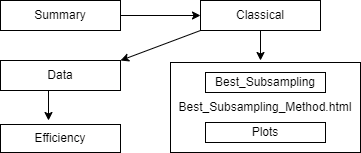
This is Images/Summary.png from Amalan-ConStat/RS_OS_MROS_LR_RWS_SkinData, a draw.io export, as it was before one commit. Source tidied: cells renumbered, new cells last; positions are measured from the earlier drawing's top-left corner, leaving out a move shared by most shapes. The source it was exported from:
```xml
<mxGraphModel>
  <root>
    <mxCell id="0" />
    <mxCell id="1" parent="0" />
    <mxCell id="2" value="Best_Subsampling_Method.html" style="rounded=0;whiteSpace=wrap;html=1;" parent="1" vertex="1">
      <mxGeometry x="170" y="62" width="190" height="90" as="geometry" />
    </mxCell>
    <mxCell id="3" value="Summary" style="rounded=0;whiteSpace=wrap;html=1;" parent="1" vertex="1">
      <mxGeometry width="120" height="30" as="geometry" />
    </mxCell>
    <mxCell id="4" value="Classical" style="rounded=0;whiteSpace=wrap;html=1;" parent="1" vertex="1">
      <mxGeometry x="200" width="120" height="30" as="geometry" />
    </mxCell>
    <mxCell id="5" value="Best_Subsampling" style="rounded=0;whiteSpace=wrap;html=1;" parent="1" vertex="1">
      <mxGeometry x="205" y="72" width="120" height="20" as="geometry" />
    </mxCell>
    <mxCell id="6" value="Plots" style="rounded=0;whiteSpace=wrap;html=1;" parent="1" vertex="1">
      <mxGeometry x="205" y="122" width="120" height="20" as="geometry" />
    </mxCell>
    <mxCell id="7" value="Data" style="rounded=0;whiteSpace=wrap;html=1;" parent="1" vertex="1">
      <mxGeometry y="60" width="120" height="30" as="geometry" />
    </mxCell>
    <mxCell id="8" value="Efficiency" style="rounded=0;whiteSpace=wrap;html=1;" parent="1" vertex="1">
      <mxGeometry y="124" width="120" height="28" as="geometry" />
    </mxCell>
    <mxCell id="9" style="endArrow=classic;html=1;entryX=0;entryY=0.5;entryDx=0;entryDy=0;" parent="1" edge="1" target="4">
      <mxGeometry relative="1" as="geometry">
        <mxPoint x="120" y="15" as="sourcePoint" />
      </mxGeometry>
    </mxCell>
    <mxCell id="10" style="endArrow=classic;html=1;" parent="1" edge="1">
      <mxGeometry relative="1" as="geometry">
        <mxPoint x="260" y="30" as="sourcePoint" />
        <mxPoint x="260" y="60" as="targetPoint" />
      </mxGeometry>
    </mxCell>
    <mxCell id="11" style="endArrow=classic;html=1;" parent="1" edge="1">
      <mxGeometry relative="1" as="geometry">
        <mxPoint x="48" y="90" as="sourcePoint" />
        <mxPoint x="48" y="120" as="targetPoint" />
      </mxGeometry>
    </mxCell>
    <mxCell id="12" style="endArrow=classic;html=1;entryX=1;entryY=0;entryDx=0;entryDy=0;exitX=0;exitY=1;exitDx=0;exitDy=0;" parent="1" edge="1" source="4" target="7">
      <mxGeometry relative="1" as="geometry" />
    </mxCell>
  </root>
</mxGraphModel>
```
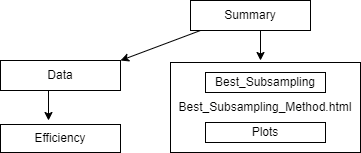
After the change.

Diff of the diagram source:
```diff
@@ -6,11 +6,8 @@
       <mxGeometry x="170" y="62" width="190" height="90" as="geometry" />
     </mxCell>
     <mxCell id="3" value="Summary" style="rounded=0;whiteSpace=wrap;html=1;" parent="1" vertex="1">
-      <mxGeometry width="120" height="30" as="geometry" />
+      <mxGeometry x="190" width="120" height="30" as="geometry" />
     </mxCell>
-    <mxCell id="4" value="Classical" style="rounded=0;whiteSpace=wrap;html=1;" parent="1" vertex="1">
-      <mxGeometry x="200" width="120" height="30" as="geometry" />
-    </mxCell>
     <mxCell id="5" value="Best_Subsampling" style="rounded=0;whiteSpace=wrap;html=1;" parent="1" vertex="1">
       <mxGeometry x="205" y="72" width="120" height="20" as="geometry" />
     </mxCell>
@@ -23,11 +20,6 @@
     <mxCell id="8" value="Efficiency" style="rounded=0;whiteSpace=wrap;html=1;" parent="1" vertex="1">
       <mxGeometry y="124" width="120" height="28" as="geometry" />
     </mxCell>
-    <mxCell id="9" style="endArrow=classic;html=1;entryX=0;entryY=0.5;entryDx=0;entryDy=0;" parent="1" edge="1" target="4">
-      <mxGeometry relative="1" as="geometry">
-        <mxPoint x="120" y="15" as="sourcePoint" />
-      </mxGeometry>
-    </mxCell>
     <mxCell id="10" style="endArrow=classic;html=1;" parent="1" edge="1">
       <mxGeometry relative="1" as="geometry">
         <mxPoint x="260" y="30" as="sourcePoint" />
@@ -40,8 +32,10 @@
         <mxPoint x="48" y="120" as="targetPoint" />
       </mxGeometry>
     </mxCell>
-    <mxCell id="12" style="endArrow=classic;html=1;entryX=1;entryY=0;entryDx=0;entryDy=0;exitX=0;exitY=1;exitDx=0;exitDy=0;" parent="1" edge="1" source="4" target="7">
-      <mxGeometry relative="1" as="geometry" />
+    <mxCell id="12" style="endArrow=classic;html=1;entryX=1;entryY=0;entryDx=0;entryDy=0;exitX=0;exitY=1;exitDx=0;exitDy=0;" parent="1" edge="1" target="7">
+      <mxGeometry relative="1" as="geometry">
+        <mxPoint x="200" y="30" as="sourcePoint" />
+      </mxGeometry>
     </mxCell>
   </root>
 </mxGraphModel>
```
